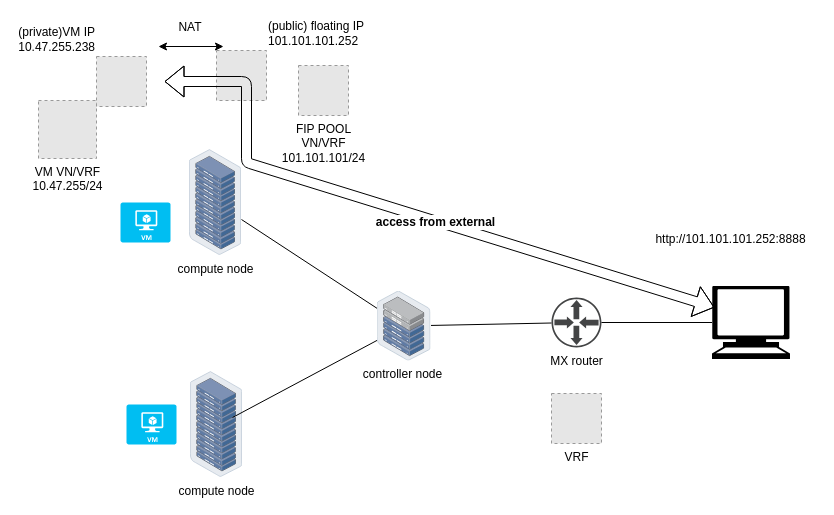
The draw.io diagram diagrams/drawio/fip.drawio in pinggit/kubernetes-contrail-day-one, before the edit. Source tidied: cells renumbered, new cells numbered last; positions are measured from the earlier drawing's top-left corner, leaving out a move shared by most shapes. Both pictures are drawn from the tidied source at 100%, with x=0, y=0 at pixel (38, 17). Pictures stored in the file or linked from it are replaced by grey dashed boxes.
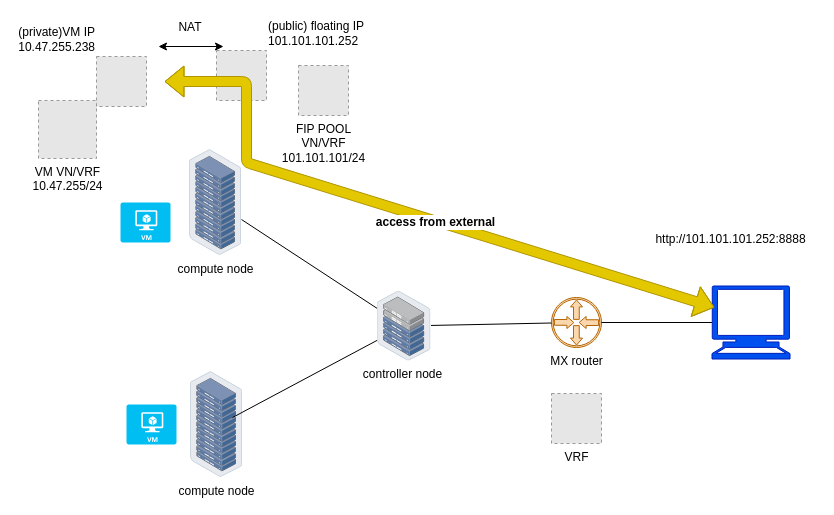
The same page after the edit.

Commit message (it also covers changes not shown here):
ch2: FIP update: more diagrams

Change to the diagram source:
```diff
@@
-    <mxCell id="3" value="MX router" style="shadow=0;dashed=0;html=1;strokeColor=none;fillColor=#434445;labelPosition=center;verticalLabelPosition=bottom;verticalAlign=top;align=center;outlineConnect=0;shape=mxgraph.vvd.physical_upstream_router;" parent="1" vertex="1">
+    <mxCell id="3" value="MX router" style="shadow=0;dashed=0;html=1;strokeColor=#b46504;fillColor=#fad7ac;labelPosition=center;verticalLabelPosition=bottom;verticalAlign=top;align=center;outlineConnect=0;shape=mxgraph.vvd.physical_upstream_router;" parent="1" vertex="1">
       <mxGeometry x="513" y="280" width="50" height="50" as="geometry" />
     </mxCell>
-    <mxCell id="4" style="shape=mxgraph.signs.tech.computer;html=1;fillColor=#000000;strokeColor=none;verticalLabelPosition=bottom;verticalAlign=top;align=center;" parent="1" vertex="1">
+    <mxCell id="4" style="shape=mxgraph.signs.tech.computer;html=1;fillColor=#0050ef;strokeColor=#001DBC;verticalLabelPosition=bottom;verticalAlign=top;align=center;fontColor=#ffffff;" parent="1" vertex="1">
       <mxGeometry x="673.5" y="268.5" width="78" height="73" as="geometry" />
     </mxCell>
@@
-    <mxCell id="17" style="shape=flexArrow;endArrow=classic;startArrow=classic;html=1;entryX=0.031;entryY=0.293;entryDx=0;entryDy=0;entryPerimeter=0;" parent="1" edge="1" target="4">
+    <mxCell id="17" style="shape=flexArrow;endArrow=classic;startArrow=classic;html=1;entryX=0.031;entryY=0.293;entryDx=0;entryDy=0;entryPerimeter=0;fillColor=#e3c800;strokeColor=#B09500;" parent="1" edge="1" target="4">
       <mxGeometry relative="1" as="geometry">
         <mxPoint x="126" y="64" as="sourcePoint" />
         <Array as="points">
           <mxPoint x="208" y="64" />
           <mxPoint x="208" y="145" />
         </Array>
       </mxGeometry>
     </mxCell>
```
